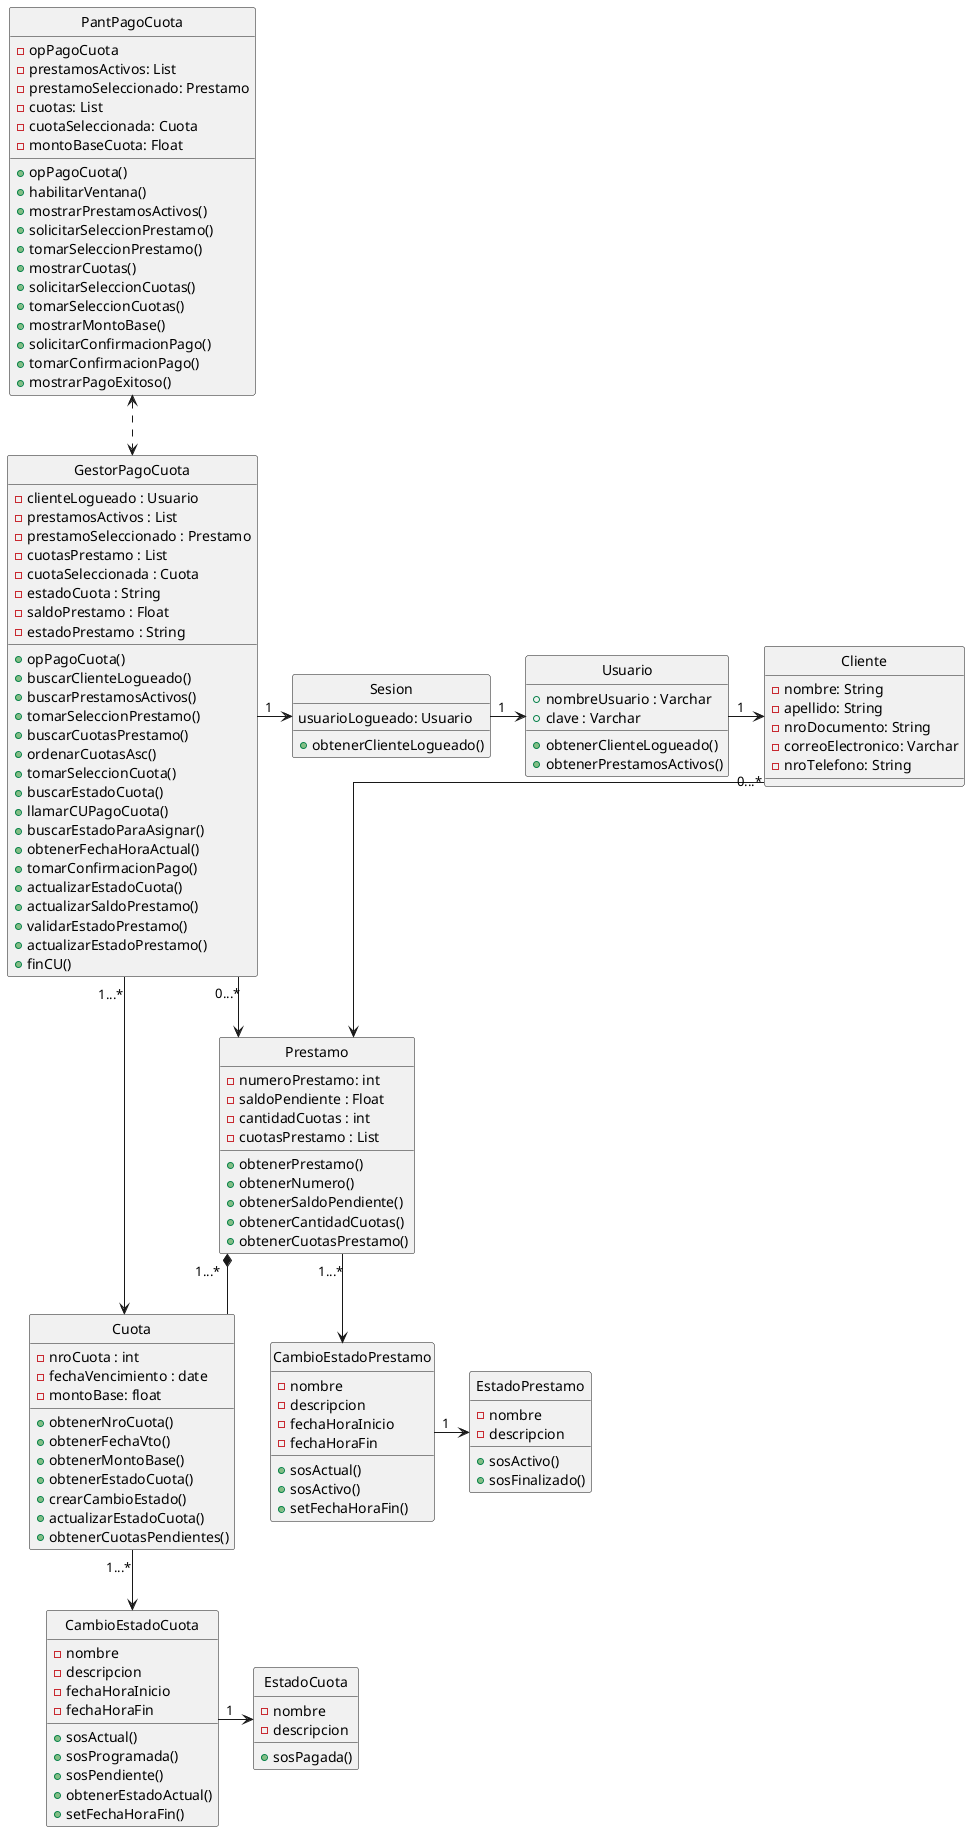
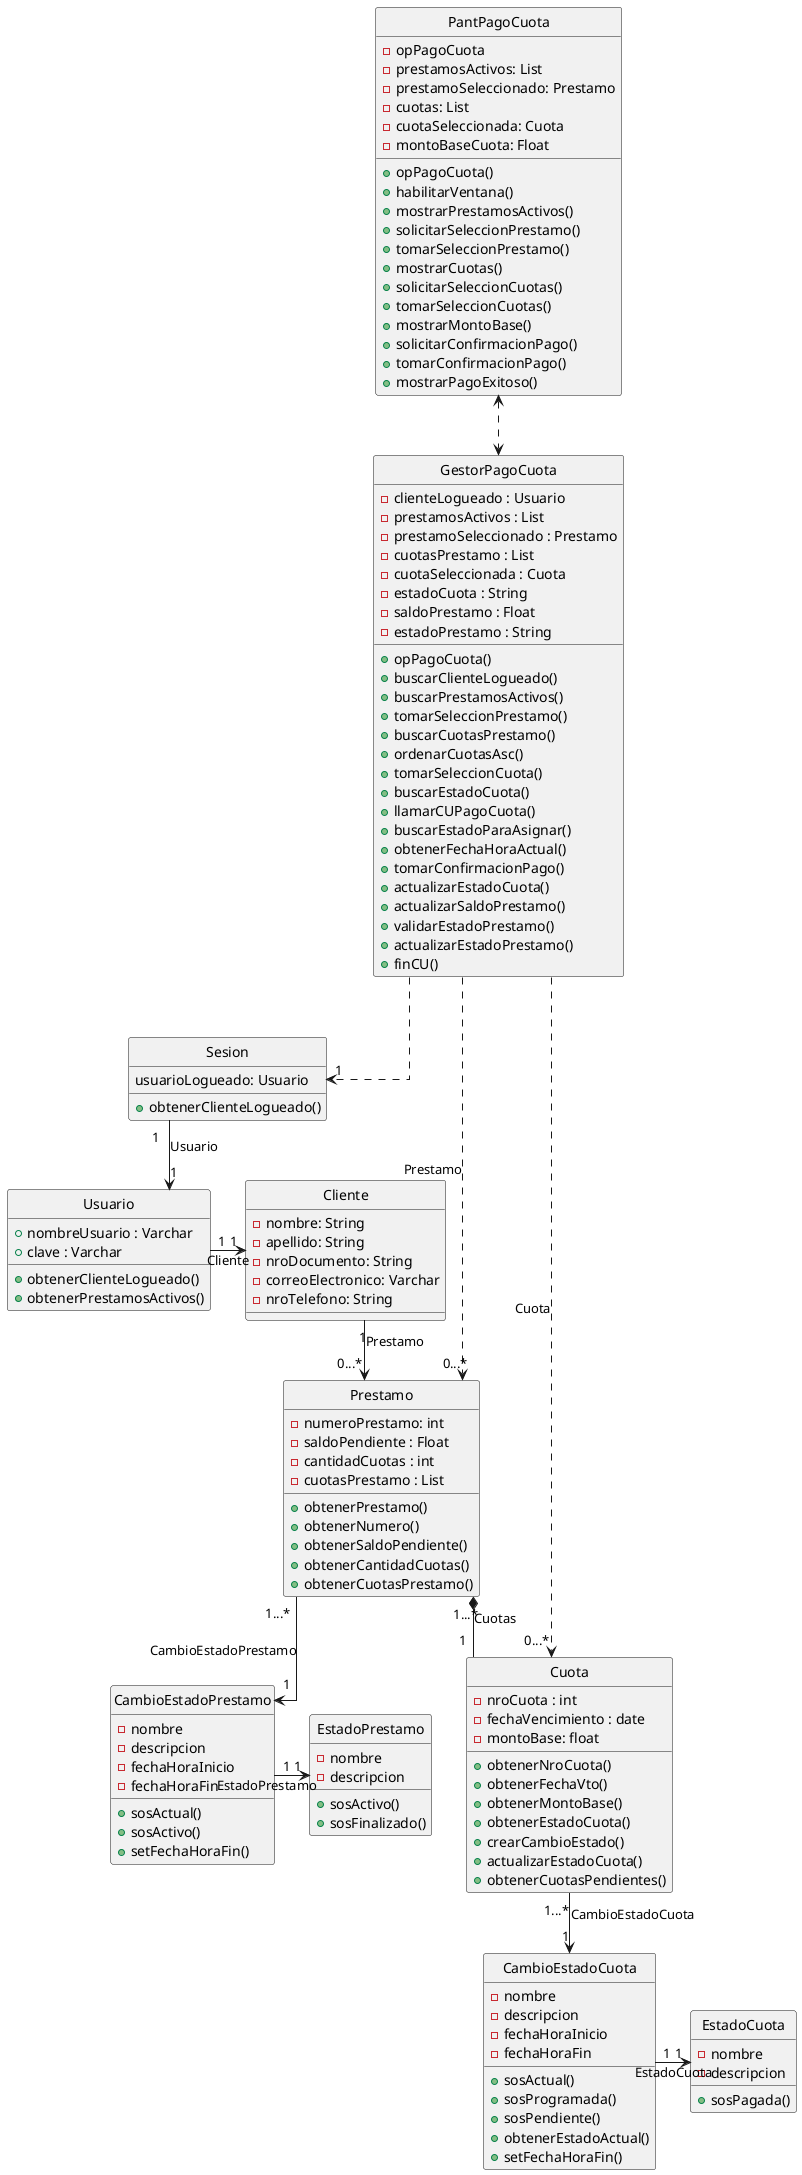
@startuml DiagramaClasesDominio
skinparam style strictuml
skinparam linetype ortho


' --- CLASES DE ANALISIS ---
class PantPagoCuota {
  - opPagoCuota
  - prestamosActivos: List
  - prestamoSeleccionado: Prestamo
  - cuotas: List
  - cuotaSeleccionada: Cuota
  - montoBaseCuota: Float

  + opPagoCuota()
  + habilitarVentana()
  + mostrarPrestamosActivos()
  + solicitarSeleccionPrestamo()
  + tomarSeleccionPrestamo()
  + mostrarCuotas()
  + solicitarSeleccionCuotas()
  + tomarSeleccionCuotas()
  + mostrarMontoBase()
  + solicitarConfirmacionPago()
  + tomarConfirmacionPago()
  + mostrarPagoExitoso()
}

class GestorPagoCuota {
  - clienteLogueado : Usuario
  - prestamosActivos : List
  - prestamoSeleccionado : Prestamo
  - cuotasPrestamo : List
  - cuotaSeleccionada : Cuota
  - estadoCuota : String
  - saldoPrestamo : Float
  - estadoPrestamo : String

  + opPagoCuota()
  + buscarClienteLogueado()
  + buscarPrestamosActivos()
  + tomarSeleccionPrestamo()
  + buscarCuotasPrestamo()
  + ordenarCuotasAsc()
  + tomarSeleccionCuota()
  + buscarEstadoCuota()
  + llamarCUPagoCuota()
  + buscarEstadoParaAsignar()
  + obtenerFechaHoraActual()
  + tomarConfirmacionPago()
  + actualizarEstadoCuota()
  + actualizarSaldoPrestamo()
  + validarEstadoPrestamo()
  + actualizarEstadoPrestamo()
  + finCU()
}

' --- ENTIDADES ---
class Cliente {
  - nombre: String
  - apellido: String
  - nroDocumento: String
  - correoElectronico: Varchar
  - nroTelefono: String
}

class Sesion {
  usuarioLogueado: Usuario

  + obtenerClienteLogueado()
}

class Usuario {
  + nombreUsuario : Varchar
  + clave : Varchar

  + obtenerClienteLogueado()
  + obtenerPrestamosActivos()
}

class Prestamo {
  - numeroPrestamo: int
  - saldoPendiente : Float
  - cantidadCuotas : int
  - cuotasPrestamo : List

  + obtenerPrestamo()
  + obtenerNumero()
  + obtenerSaldoPendiente()
  + obtenerCantidadCuotas()
  + obtenerCuotasPrestamo()
}

class CambioEstadoPrestamo {
  - nombre
  - descripcion
  - fechaHoraInicio
  - fechaHoraFin

  + sosActual()
  + sosActivo()
  + setFechaHoraFin()
}

class EstadoPrestamo {
  - nombre
  - descripcion

  + sosActivo()
  + sosFinalizado()
}

class Cuota {
  - nroCuota : int
  - fechaVencimiento : date
  - montoBase: float

  + obtenerNroCuota()
  + obtenerFechaVto()
  + obtenerMontoBase()
  + obtenerEstadoCuota()
  + crearCambioEstado()
  + actualizarEstadoCuota()
  + obtenerCuotasPendientes()
}


class CambioEstadoCuota {
  - nombre
  - descripcion
  - fechaHoraInicio
  - fechaHoraFin

  + sosActual()
  + sosProgramada()
  + sosPendiente()
  + obtenerEstadoActual()
  + setFechaHoraFin()
}

class EstadoCuota {
  - nombre
  - descripcion

  + sosPagada()
}


' --- RELACIONES ---
PantPagoCuota <..> GestorPagoCuota
- GestorPagoCuota "1" -> Sesion
- GestorPagoCuota "0...*" -> Prestamo
- GestorPagoCuota "1...*" -> Cuota
+ GestorPagoCuota  ..> "1" Sesion
+ GestorPagoCuota  ..> "0...*" Prestamo : Prestamo
+ GestorPagoCuota  ..> "0...*" Cuota : Cuota

- Sesion "1" -> Usuario
- Usuario "1" -> Cliente
- Cliente "0...*" --> Prestamo
+ Sesion "1" --> "1" Usuario : Usuario
+ Usuario "1" -> "1" Cliente : Cliente
+ Cliente "1" --> "0...*" Prestamo : Prestamo

- Prestamo "1...*" --> CambioEstadoPrestamo
- CambioEstadoPrestamo "1" -> EstadoPrestamo
+ Prestamo "1...*" --> "1" CambioEstadoPrestamo : CambioEstadoPrestamo
+ CambioEstadoPrestamo "1" -> "1" EstadoPrestamo : EstadoPrestamo

- Prestamo "1...*" *-- Cuota
- Cuota "1...*" --> CambioEstadoCuota
- CambioEstadoCuota "1" -> EstadoCuota
+ Prestamo "1...*" *-- "1" Cuota : Cuotas
+ Cuota "1...*" --> "1" CambioEstadoCuota : CambioEstadoCuota
+ CambioEstadoCuota "1" -> "1" EstadoCuota : EstadoCuota


@enduml


' PREGUNTAS
' Para los atributos, es mejor usar string, o varchar? Nombres, telefono, correo, dni